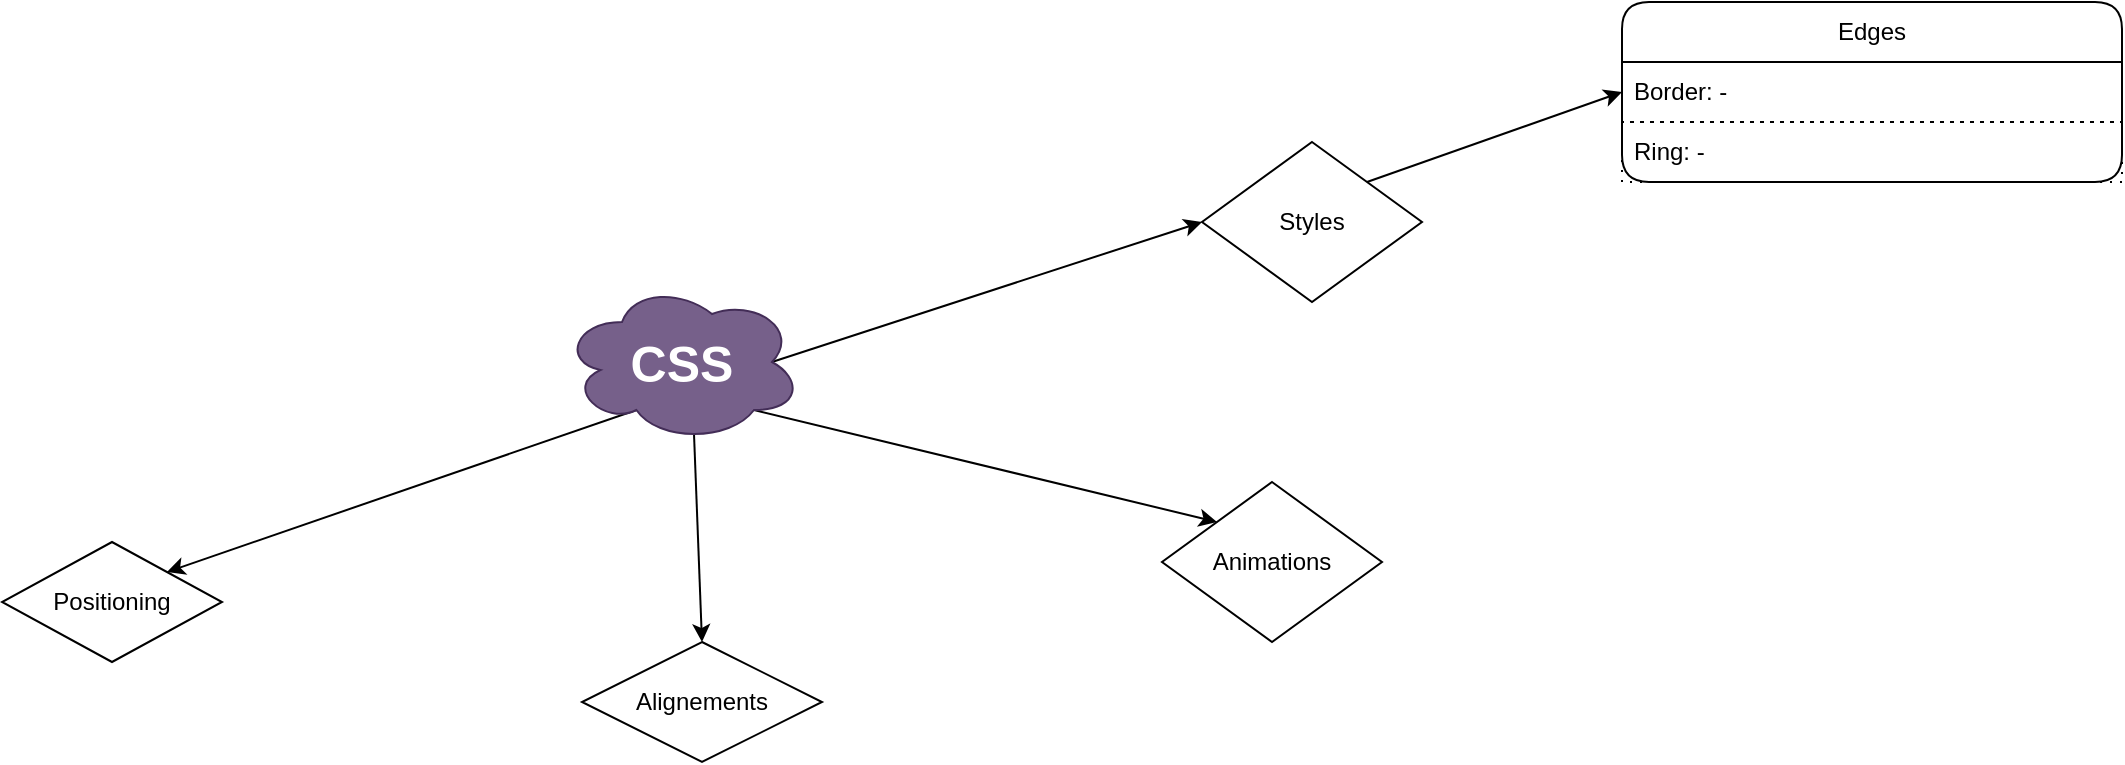
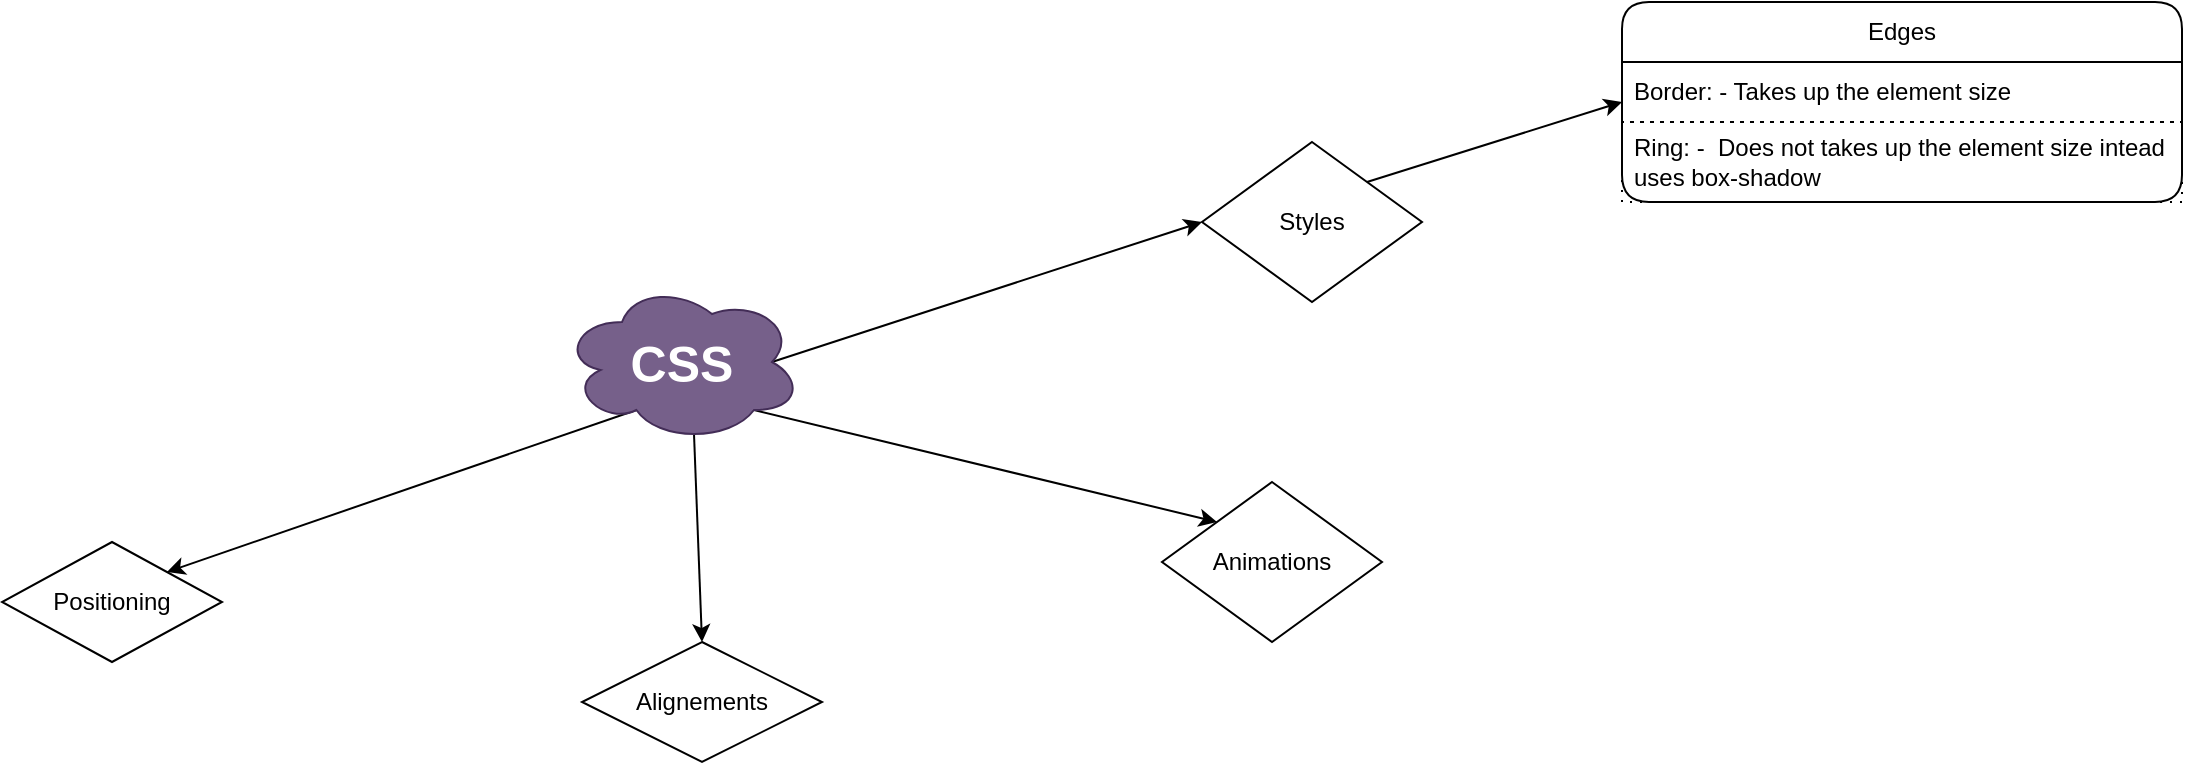
<mxfile host="65bd71144e">
    <diagram id="12dzJt9_TCVMoS33czY_" name="Page-1">
        <mxGraphModel dx="1472" dy="1644" grid="1" gridSize="10" guides="1" tooltips="1" connect="1" arrows="1" fold="1" page="1" pageScale="1" pageWidth="827" pageHeight="1169" background="#ffffff" math="0" shadow="0">
            <root>
                <mxCell id="0"/>
                <mxCell id="1" parent="0"/>
                <mxCell id="3" style="edgeStyle=none;html=1;exitX=0.31;exitY=0.8;exitDx=0;exitDy=0;exitPerimeter=0;entryX=1;entryY=0;entryDx=0;entryDy=0;" parent="1" source="2" target="4" edge="1">
                    <mxGeometry relative="1" as="geometry">
                        <mxPoint x="180" y="220" as="targetPoint"/>
                    </mxGeometry>
                </mxCell>
                <mxCell id="6" style="edgeStyle=none;html=1;exitX=0.8;exitY=0.8;exitDx=0;exitDy=0;exitPerimeter=0;entryX=0;entryY=0;entryDx=0;entryDy=0;" parent="1" source="2" target="5" edge="1">
                    <mxGeometry relative="1" as="geometry"/>
                </mxCell>
                <mxCell id="7" style="edgeStyle=none;html=1;exitX=0.55;exitY=0.95;exitDx=0;exitDy=0;exitPerimeter=0;entryX=0.5;entryY=0;entryDx=0;entryDy=0;" parent="1" source="2" target="8" edge="1">
                    <mxGeometry relative="1" as="geometry">
                        <mxPoint x="300" y="250" as="targetPoint"/>
                    </mxGeometry>
                </mxCell>
-                 <mxCell id="16" style="edgeStyle=none;html=1;exitX=0.875;exitY=0.5;exitDx=0;exitDy=0;exitPerimeter=0;entryX=0;entryY=0.5;entryDx=0;entryDy=0;" edge="1" parent="1" source="2" target="15">
+                 <mxCell id="16" style="edgeStyle=none;html=1;exitX=0.875;exitY=0.5;exitDx=0;exitDy=0;exitPerimeter=0;entryX=0;entryY=0.5;entryDx=0;entryDy=0;" parent="1" source="2" target="15" edge="1">
                    <mxGeometry relative="1" as="geometry"/>
                </mxCell>
                <mxCell id="2" value="&lt;b&gt;&lt;font style=&quot;font-size: 25px;&quot;&gt;CSS&lt;/font&gt;&lt;/b&gt;" style="ellipse;shape=cloud;whiteSpace=wrap;html=1;fillColor=light-dark(#76608A,#4C0099);fontColor=#ffffff;strokeColor=#432D57;" parent="1" vertex="1">
                    <mxGeometry x="240" y="120" width="120" height="80" as="geometry"/>
                </mxCell>
                <mxCell id="4" value="Positioning" style="rhombus;whiteSpace=wrap;html=1;" parent="1" vertex="1">
                    <mxGeometry x="-40" y="250" width="110" height="60" as="geometry"/>
                </mxCell>
-                 <mxCell id="13" style="edgeStyle=none;html=1;exitX=1;exitY=0;exitDx=0;exitDy=0;entryX=0;entryY=0.5;entryDx=0;entryDy=0;" edge="1" parent="1" source="15" target="9">
+                 <mxCell id="13" style="edgeStyle=none;html=1;exitX=1;exitY=0;exitDx=0;exitDy=0;entryX=0;entryY=0.5;entryDx=0;entryDy=0;" parent="1" source="15" target="9" edge="1">
                    <mxGeometry relative="1" as="geometry"/>
                </mxCell>
                <mxCell id="5" value="Animations" style="rhombus;whiteSpace=wrap;html=1;" parent="1" vertex="1">
                    <mxGeometry x="540" y="220" width="110" height="80" as="geometry"/>
                </mxCell>
-                 <mxCell id="15" value="Styles" style="rhombus;whiteSpace=wrap;html=1;" vertex="1" parent="1">
+                 <mxCell id="15" value="Styles" style="rhombus;whiteSpace=wrap;html=1;" parent="1" vertex="1">
                    <mxGeometry x="560" y="50" width="110" height="80" as="geometry"/>
                </mxCell>
                <mxCell id="8" value="Alignements" style="rhombus;whiteSpace=wrap;html=1;" parent="1" vertex="1">
                    <mxGeometry x="250" y="300" width="120" height="60" as="geometry"/>
                </mxCell>
-                 <mxCell id="9" value="Edges" style="swimlane;fontStyle=0;childLayout=stackLayout;horizontal=1;startSize=30;horizontalStack=0;resizeParent=1;resizeParentMax=0;resizeLast=0;collapsible=1;marginBottom=0;whiteSpace=wrap;html=1;rounded=1;" vertex="1" parent="1">
-                     <mxGeometry x="770" y="-20" width="250" height="90" as="geometry">
+                 <mxCell id="9" value="Edges" style="swimlane;fontStyle=0;childLayout=stackLayout;horizontal=1;startSize=30;horizontalStack=0;resizeParent=1;resizeParentMax=0;resizeLast=0;collapsible=1;marginBottom=0;whiteSpace=wrap;html=1;rounded=1;" parent="1" vertex="1">
+                     <mxGeometry x="770" y="-20" width="280" height="100" as="geometry">
                        <mxRectangle x="750" y="30" width="70" height="30" as="alternateBounds"/>
                    </mxGeometry>
                </mxCell>
-                 <mxCell id="12" value="Border: -" style="text;strokeColor=default;fillColor=none;align=left;verticalAlign=middle;spacingLeft=4;spacingRight=4;overflow=hidden;points=[[0,0.5],[1,0.5]];portConstraint=eastwest;rotatable=0;whiteSpace=wrap;html=1;dashed=1;dashPattern=1 4;" vertex="1" parent="9">
-                     <mxGeometry y="30" width="250" height="30" as="geometry"/>
+                 <mxCell id="12" value="Border: - Takes up the element size" style="text;strokeColor=default;fillColor=none;align=left;verticalAlign=middle;spacingLeft=4;spacingRight=4;overflow=hidden;points=[[0,0.5],[1,0.5]];portConstraint=eastwest;rotatable=0;whiteSpace=wrap;html=1;dashed=1;dashPattern=1 4;" parent="9" vertex="1">
+                     <mxGeometry y="30" width="280" height="30" as="geometry"/>
                </mxCell>
-                 <mxCell id="14" value="Ring: -&amp;nbsp;" style="text;strokeColor=default;fillColor=none;align=left;verticalAlign=middle;spacingLeft=4;spacingRight=4;overflow=hidden;points=[[0,0.5],[1,0.5]];portConstraint=eastwest;rotatable=0;whiteSpace=wrap;html=1;dashed=1;dashPattern=1 4;" vertex="1" parent="9">
-                     <mxGeometry y="60" width="250" height="30" as="geometry"/>
+                 <mxCell id="14" value="Ring: -&amp;nbsp; Does not takes up the element size intead uses box-shadow" style="text;strokeColor=default;fillColor=none;align=left;verticalAlign=middle;spacingLeft=4;spacingRight=4;overflow=hidden;points=[[0,0.5],[1,0.5]];portConstraint=eastwest;rotatable=0;whiteSpace=wrap;html=1;dashed=1;dashPattern=1 4;" parent="9" vertex="1">
+                     <mxGeometry y="60" width="280" height="40" as="geometry"/>
                </mxCell>
            </root>
        </mxGraphModel>
    </diagram>
</mxfile>